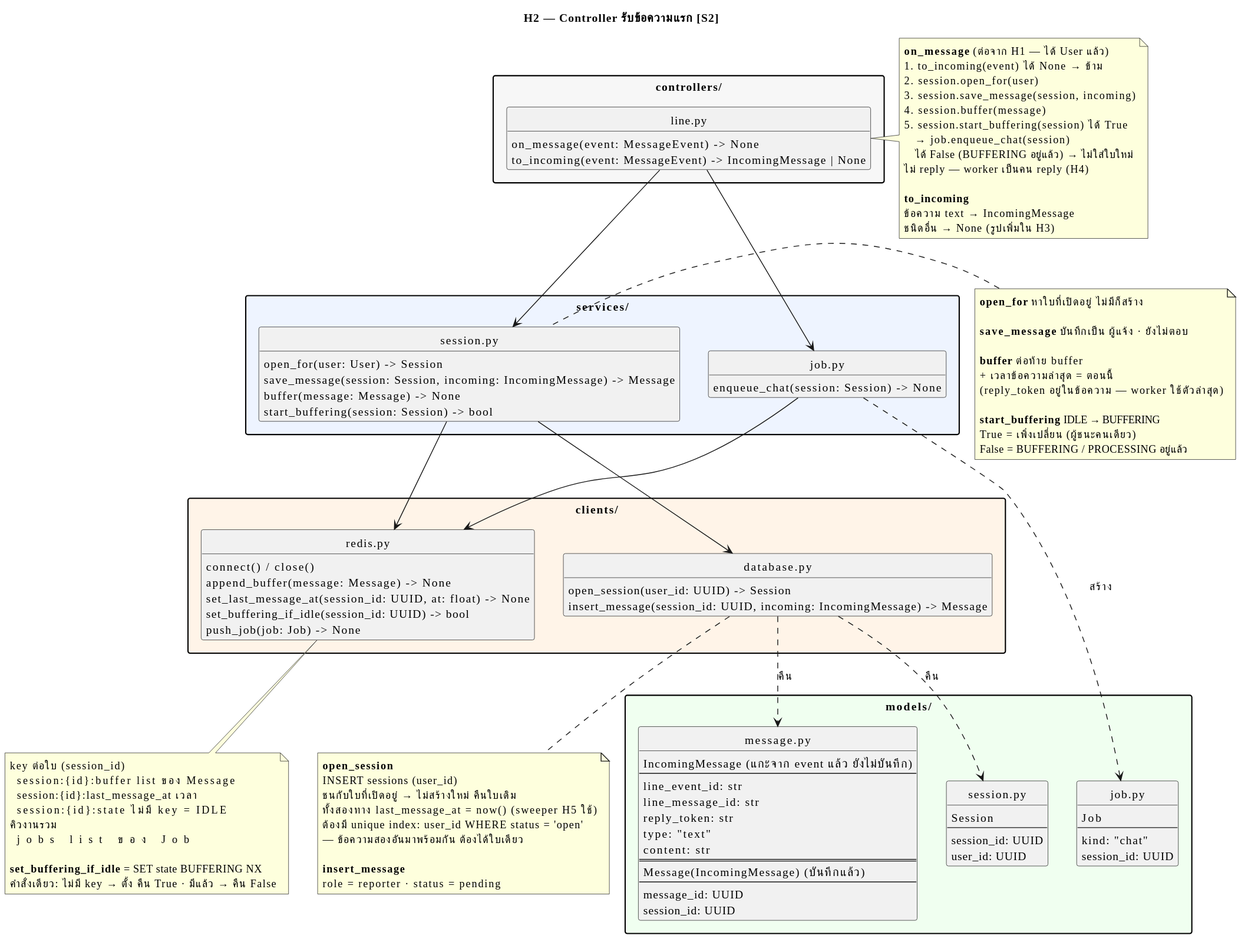
This is docs/designs/09-modules/h2-first-message.svg from tonkitcstu/ucr-smartcity_chatbot, a PlantUML export, as it was before one commit. Source of this version:
```plantuml
@startuml
skinparam defaultFontName "Thonburi"
skinparam shadowing false
skinparam classAttributeIconSize 0
skinparam packageStyle rectangle
hide circle
hide empty members

title H2 — Controller รับข้อความแรก [S2]

package "controllers/" #F7F7F7 {
  class "line.py" as CTRL {
    on_message(event: MessageEvent) -> None
    to_incoming(event: MessageEvent) -> IncomingMessage | None
  }
}

package "services/" #EEF4FF {
  class "session.py" as SESS {
    open_for(user: User) -> Session
    save_message(session: Session, incoming: IncomingMessage) -> Message
    buffer(message: Message) -> None
    start_buffering(session: Session) -> bool
  }
  class "job.py" as JOB {
    enqueue_chat(session: Session) -> None
  }
}

package "clients/" #FFF4E8 {
  class "database.py" as CL_DB {
    open_session(user_id: UUID) -> Session
    insert_message(session_id: UUID, incoming: IncomingMessage) -> Message
  }
  class "redis.py" as CL_REDIS {
    connect() / close()
    append_buffer(message: Message) -> None
    set_last_message_at(session_id: UUID, at: float) -> None
    set_buffering_if_idle(session_id: UUID) -> bool
    push_job(job: Job) -> None
  }
}

package "models/" #F0FFF0 {
  class "session.py" as M_SESS {
    Session
    --
    session_id: UUID
    user_id: UUID
  }
  class "message.py" as M_MSG {
    IncomingMessage  (แกะจาก event แล้ว ยังไม่บันทึก)
    --
    line_event_id: str
    line_message_id: str
    reply_token: str
    type: "text"
    content: str
    ==
    Message(IncomingMessage)  (บันทึกแล้ว)
    --
    message_id: UUID
    session_id: UUID
  }
  class "job.py" as M_JOB {
    Job
    --
    kind: "chat"
    session_id: UUID
  }
}

CTRL --> SESS
CTRL --> JOB
SESS --> CL_DB
SESS --> CL_REDIS
JOB --> CL_REDIS
CL_DB ..> M_SESS : คืน
CL_DB ..> M_MSG : คืน
JOB ..> M_JOB : สร้าง

note right of CTRL
  <b>on_message</b> (ต่อจาก H1 — ได้ User แล้ว)
  1. to_incoming(event) ได้ None → ข้าม
  2. session.open_for(user)
  3. session.save_message(session, incoming)
  4. session.buffer(message)
  5. session.start_buffering(session) ได้ True
     → job.enqueue_chat(session)
     ได้ False (BUFFERING อยู่แล้ว) → ไม่ใส่ใบใหม่
  ไม่ reply — worker เป็นคน reply (H4)

  <b>to_incoming</b>
  ข้อความ text → IncomingMessage
  ชนิดอื่น → None (รูปเพิ่มใน H3)
end note

note left of SESS
  <b>open_for</b> หาใบที่เปิดอยู่ ไม่มีก็สร้าง

  <b>save_message</b> บันทึกเป็น ผู้แจ้ง · ยังไม่ตอบ

  <b>buffer</b> ต่อท้าย buffer
  + เวลาข้อความล่าสุด = ตอนนี้
  (reply_token อยู่ในข้อความ — worker ใช้ตัวล่าสุด)

  <b>start_buffering</b> IDLE → BUFFERING
  True = เพิ่งเปลี่ยน (ผู้ชนะคนเดียว)
  False = BUFFERING / PROCESSING อยู่แล้ว
end note

note bottom of CL_DB
  <b>open_session</b>
  INSERT sessions (user_id)
  ชนกับใบที่เปิดอยู่ → ไม่สร้างใหม่ คืนใบเดิม
  ทั้งสองทาง last_message_at = now() (sweeper H5 ใช้)
  ต้องมี unique index: user_id WHERE status = 'open'
  — ข้อความสองอันมาพร้อมกัน ต้องได้ใบเดียว

  <b>insert_message</b>
  role = reporter · status = pending
end note

note bottom of CL_REDIS
  key ต่อใบ (session_id)
    session:{id}:buffer           list ของ Message
    session:{id}:last_message_at  เวลา
    session:{id}:state            ไม่มี key = IDLE
  คิวงานรวม
    jobs                          list ของ Job

  <b>set_buffering_if_idle</b> = SET state BUFFERING NX
  คำสั่งเดียว: ไม่มี key → ตั้ง คืน True · มีแล้ว → คืน False
end note
@enduml
```
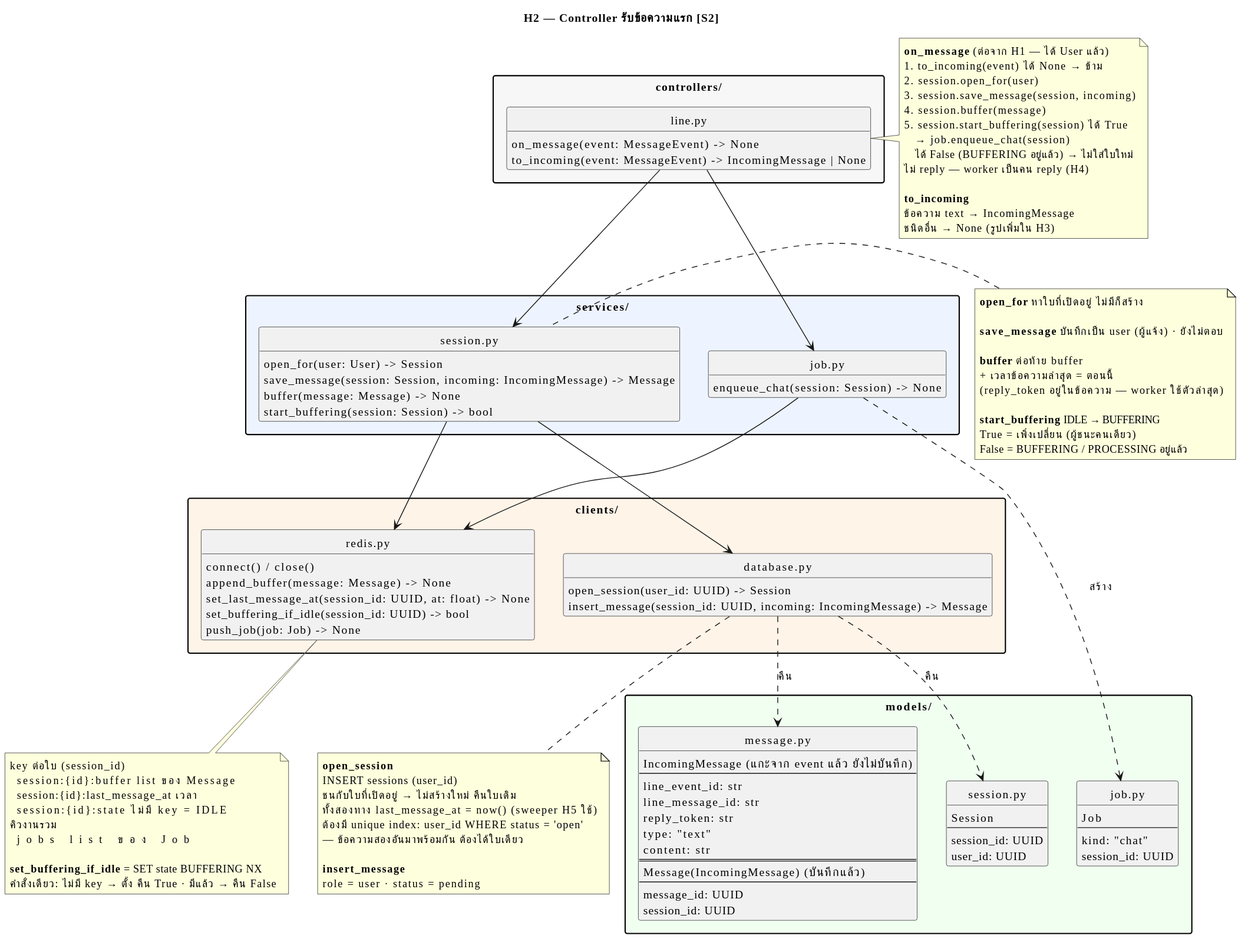
Above is the later version.

Commit message:
fix(db): role เป็น user/assistant ตามรูปแบบ OpenAI + ค่าใน db diagram เป็นอังกฤษ (#179)

Change to the diagram source:
```diff
@@ -98,7 +98,7 @@
 note left of SESS
   <b>open_for</b> หาใบที่เปิดอยู่ ไม่มีก็สร้าง
 
-  <b>save_message</b> บันทึกเป็น ผู้แจ้ง · ยังไม่ตอบ
+  <b>save_message</b> บันทึกเป็น user (ผู้แจ้ง) · ยังไม่ตอบ
 
   <b>buffer</b> ต่อท้าย buffer
   + เวลาข้อความล่าสุด = ตอนนี้
@@ -118,7 +118,7 @@
   — ข้อความสองอันมาพร้อมกัน ต้องได้ใบเดียว
 
   <b>insert_message</b>
-  role = reporter · status = pending
+  role = user · status = pending
 end note
 
 note bottom of CL_REDIS
```
